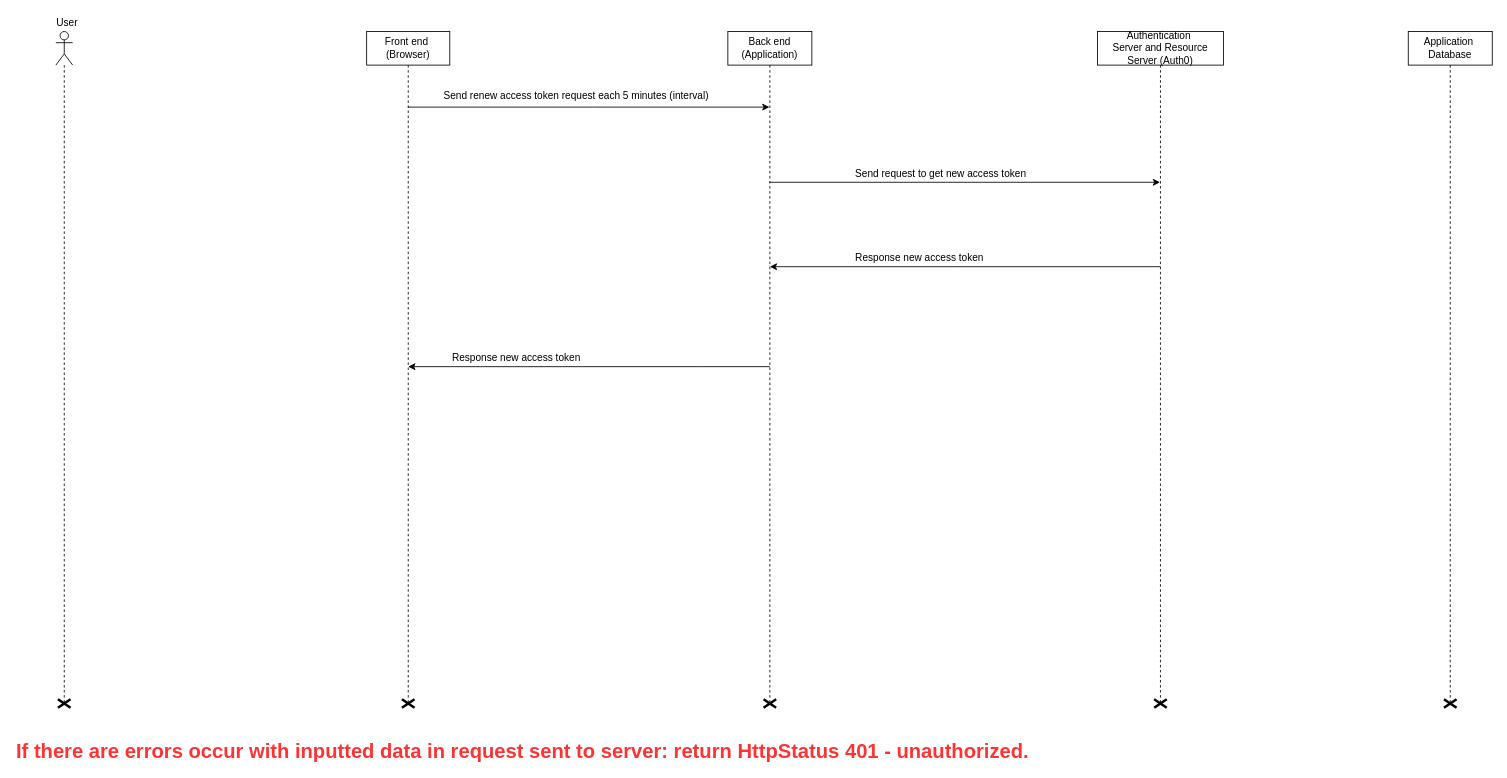
Before: document_token-renewal.drawio in quocq6hcm/HeHeHe, a draw.io diagram. Source tidied: cells renumbered, new cells numbered last; positions are measured from the earlier drawing's top-left corner, leaving out a move shared by most shapes. Both pictures are drawn from the tidied source at 84%, with x=0, y=0 at pixel (14, 14).
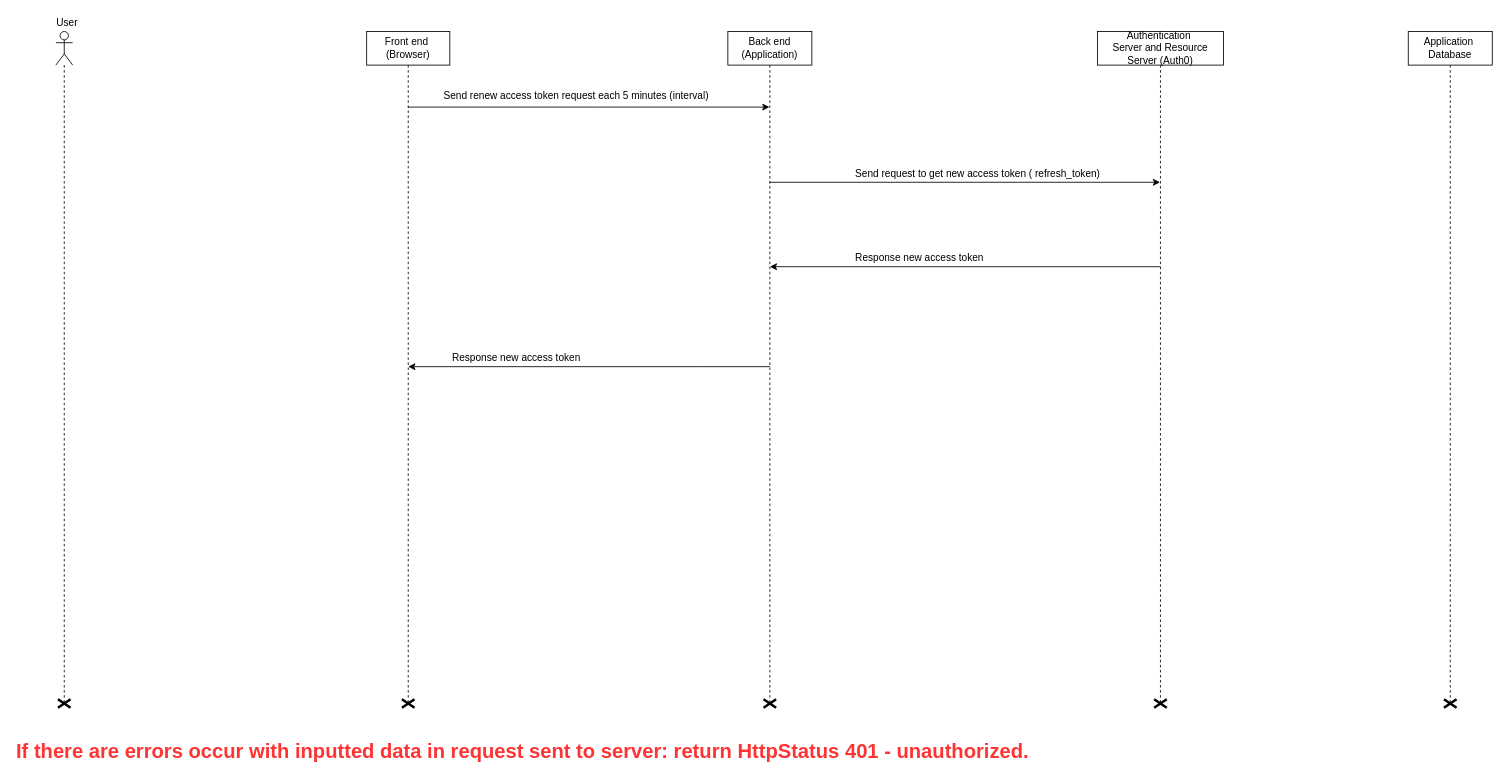
The same page after the edit.

The edit, as a diff of the source:
```diff
@@
-    <mxCell id="14" value="Send request to get new access token&lt;br&gt;" style="text;html=1;align=left;verticalAlign=top;spacingTop=-4;" parent="1" vertex="1">
-      <mxGeometry x="999" y="180" width="220" height="20" as="geometry" />
+    <mxCell id="14" value="Send request to get new access token ( refresh_token)&lt;br&gt;" style="text;html=1;align=left;verticalAlign=top;spacingTop=-4;" parent="1" vertex="1">
+      <mxGeometry x="999" y="180" width="310" height="20" as="geometry" />
     </mxCell>
```
